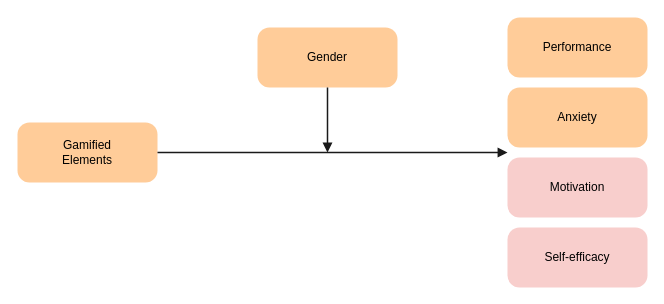
Before: img/Hypothesen_src.drawio in Ronjar/bachelor-thesis, a draw.io diagram. Source tidied: cells renumbered, new cells numbered last; positions are measured from the earlier drawing's top-left corner, leaving out a move shared by most shapes. Both pictures are drawn from the tidied source at 100%, with x=0, y=0 at pixel (17, 17).
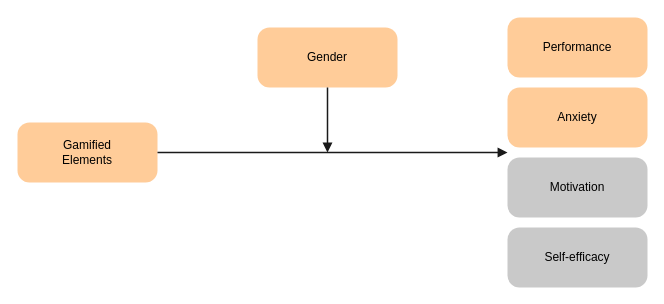
The same page after the edit.

The edit, as a diff of the source:
```diff
@@
 <mxGraphModel>
   <root>
     <mxCell id="0" />
     <mxCell id="1" parent="0" />
     <mxCell id="2" value="Gender" style="rounded=1;whiteSpace=wrap;html=1;fillColor=#FFCC99;fontColor=#000000;strokeColor=none;arcSize=20;align=center;spacingLeft=0;" parent="1" vertex="1">
       <mxGeometry x="240" y="10" width="140" height="60" as="geometry" />
     </mxCell>
     <mxCell id="3" value="Gamified&lt;div&gt;Elements&lt;/div&gt;" style="rounded=1;whiteSpace=wrap;html=1;fillColor=#FFCC99;fontColor=#000000;strokeColor=none;arcSize=20;align=center;spacingLeft=0;" parent="1" vertex="1">
       <mxGeometry y="105" width="140" height="60" as="geometry" />
     </mxCell>
-    <mxCell id="4" value="Self-efficacy" style="rounded=1;whiteSpace=wrap;html=1;fillColor=#f8cecc;strokeColor=none;arcSize=20;align=center;spacingLeft=0;" parent="1" vertex="1">
+    <mxCell id="4" value="Self-efficacy" style="rounded=1;whiteSpace=wrap;html=1;fillColor=#C9C9C9;strokeColor=none;arcSize=20;align=center;spacingLeft=0;" parent="1" vertex="1">
       <mxGeometry x="490" y="210" width="140" height="60" as="geometry" />
     </mxCell>
-    <mxCell id="5" value="Motivation" style="rounded=1;whiteSpace=wrap;html=1;fillColor=#f8cecc;strokeColor=none;arcSize=20;align=center;spacingLeft=0;" parent="1" vertex="1">
+    <mxCell id="5" value="Motivation" style="rounded=1;whiteSpace=wrap;html=1;fillColor=#C9C9C9;strokeColor=none;arcSize=20;align=center;spacingLeft=0;" parent="1" vertex="1">
       <mxGeometry x="490" y="140" width="140" height="60" as="geometry" />
     </mxCell>
     <mxCell id="6" style="edgeStyle=orthogonalEdgeStyle;rounded=0;jettySize=auto;html=1;exitX=1;exitY=0.5;exitDx=0;exitDy=0;endArrow=block;endFill=1;strokeWidth=1.5;jumpStyle=none;strokeColor=#1A1A1A;labelPosition=center;verticalLabelPosition=top;align=center;verticalAlign=bottom;" parent="1" edge="1" source="3">
       <mxGeometry relative="1" as="geometry">
         <mxPoint x="490" y="135" as="targetPoint" />
       </mxGeometry>
     </mxCell>
     <mxCell id="7" style="edgeStyle=orthogonalEdgeStyle;rounded=0;jettySize=auto;html=1;exitX=0.5;exitY=1;exitDx=0;exitDy=0;endArrow=block;endFill=1;strokeWidth=1.5;jumpStyle=none;strokeColor=#1A1A1A;labelPosition=center;verticalLabelPosition=top;align=center;verticalAlign=bottom;" parent="1" edge="1" source="2">
       <mxGeometry relative="1" as="geometry">
         <mxPoint x="310" y="135" as="targetPoint" />
       </mxGeometry>
     </mxCell>
     <mxCell id="8" value="Performance" style="rounded=1;whiteSpace=wrap;html=1;fillColor=#FFCC99;fontColor=#000000;strokeColor=none;arcSize=20;align=center;spacingLeft=0;" parent="1" vertex="1">
       <mxGeometry x="490" width="140" height="60" as="geometry" />
     </mxCell>
     <mxCell id="9" value="Anxiety" style="rounded=1;whiteSpace=wrap;html=1;fillColor=#FFCC99;fontColor=#000000;strokeColor=none;arcSize=20;align=center;spacingLeft=0;" parent="1" vertex="1">
       <mxGeometry x="490" y="70" width="140" height="60" as="geometry" />
     </mxCell>
   </root>
 </mxGraphModel>
```
